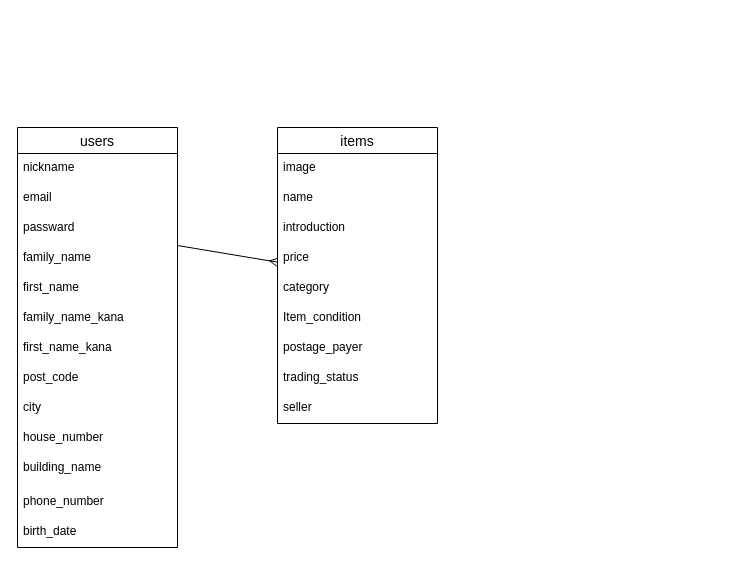
Above: test.dio in AK39158/furima-39158 (draw.io), before the change. Source tidied: cells renumbered, new cells numbered last; positions are measured from the earlier drawing's top-left corner, leaving out a move shared by most shapes. Both pictures are drawn from the tidied source at 100%, with x=0, y=0 at pixel (17, 127).
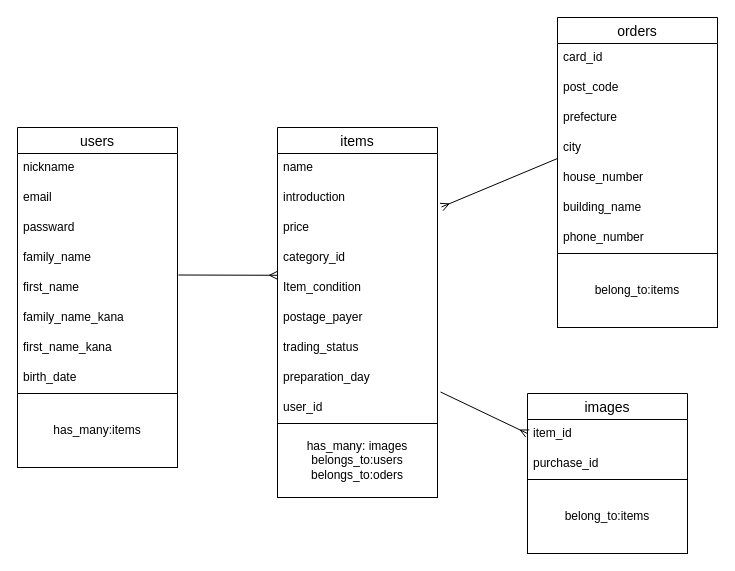
The same diagram, later.

The change refers to these unchanged cells:
```xml
<mxCell id="3" value="items" style="swimlane;fontStyle=0;horizontal=1;startSize=26;align=center;fontSize=14;" parent="1" vertex="1">
  <mxGeometry x="260" width="160" height="296" as="geometry" />
</mxCell>
<mxCell id="17" value="family_name" style="text;strokeColor=none;fillColor=none;spacingLeft=4;spacingRight=4;overflow=hidden;points=[[0,0.5],[1,0.5]];portConstraint=eastwest;fontSize=12;" parent="13" vertex="1">
  <mxGeometry y="116" width="160" height="30" as="geometry" />
</mxCell>
```

Change to the diagram source:
```diff
@@
-    <mxCell id="2" style="edgeStyle=none;html=1;strokeColor=default;startArrow=ERmany;startFill=0;endArrow=none;endFill=0;entryX=1;entryY=0.067;entryDx=0;entryDy=0;entryPerimeter=0;" parent="1" edge="1" source="3" target="17">
+    <mxCell id="2" style="edgeStyle=none;html=1;strokeColor=default;startArrow=ERmany;startFill=0;endArrow=none;endFill=0;entryX=1.006;entryY=1.05;entryDx=0;entryDy=0;entryPerimeter=0;" parent="1" edge="1" source="3" target="17">
       <mxGeometry relative="1" as="geometry" />
     </mxCell>
@@
-    <mxCell id="4" value="image" style="text;strokeColor=none;fillColor=none;spacingLeft=4;spacingRight=4;overflow=hidden;fontSize=12;" parent="3" vertex="1">
-      <mxGeometry y="26" width="160" height="30" as="geometry" />
-    </mxCell>
     <mxCell id="5" value="name " style="text;strokeColor=none;fillColor=none;spacingLeft=4;spacingRight=4;overflow=hidden;fontSize=12;" parent="3" vertex="1">
-      <mxGeometry y="56" width="160" height="30" as="geometry" />
+      <mxGeometry y="26" width="160" height="30" as="geometry" />
     </mxCell>
     <mxCell id="6" value="introduction" style="text;strokeColor=none;fillColor=none;spacingLeft=4;spacingRight=4;overflow=hidden;points=[[0,0.5],[1,0.5]];portConstraint=eastwest;fontSize=12;" parent="3" vertex="1">
-      <mxGeometry y="86" width="160" height="30" as="geometry" />
+      <mxGeometry y="56" width="160" height="30" as="geometry" />
     </mxCell>
     <mxCell id="7" value="price" style="text;strokeColor=none;fillColor=none;spacingLeft=4;spacingRight=4;overflow=hidden;fontSize=12;" parent="3" vertex="1">
-      <mxGeometry y="116" width="160" height="30" as="geometry" />
+      <mxGeometry y="86" width="160" height="30" as="geometry" />
     </mxCell>
-    <mxCell id="8" value="category" style="text;strokeColor=none;fillColor=none;spacingLeft=4;spacingRight=4;overflow=hidden;fontSize=12;" parent="3" vertex="1">
-      <mxGeometry y="146" width="160" height="30" as="geometry" />
+    <mxCell id="8" value="category_id" style="text;strokeColor=none;fillColor=none;spacingLeft=4;spacingRight=4;overflow=hidden;fontSize=12;" parent="3" vertex="1">
+      <mxGeometry y="116" width="160" height="30" as="geometry" />
     </mxCell>
     <mxCell id="9" value="Item_condition" style="text;strokeColor=none;fillColor=none;spacingLeft=4;spacingRight=4;overflow=hidden;fontSize=12;" parent="3" vertex="1">
-      <mxGeometry y="176" width="160" height="30" as="geometry" />
+      <mxGeometry y="146" width="160" height="30" as="geometry" />
     </mxCell>
     <mxCell id="10" value="postage_payer" style="text;strokeColor=none;fillColor=none;spacingLeft=4;spacingRight=4;overflow=hidden;fontSize=12;" parent="3" vertex="1">
-      <mxGeometry y="206" width="160" height="30" as="geometry" />
+      <mxGeometry y="176" width="160" height="30" as="geometry" />
     </mxCell>
     <mxCell id="11" value="trading_status" style="text;strokeColor=none;fillColor=none;spacingLeft=4;spacingRight=4;overflow=hidden;fontSize=12;" parent="3" vertex="1">
-      <mxGeometry y="236" width="160" height="30" as="geometry" />
+      <mxGeometry y="206" width="160" height="30" as="geometry" />
     </mxCell>
+    <mxCell id="27" value="preparation_day" style="text;strokeColor=none;fillColor=none;spacingLeft=4;spacingRight=4;overflow=hidden;points=[[0,0.5],[1,0.5]];portConstraint=eastwest;fontSize=12;" parent="3" vertex="1">
+      <mxGeometry y="236" width="160" height="30" as="geometry" />
+    </mxCell>
-    <mxCell id="12" value="seller" style="text;strokeColor=none;fillColor=none;spacingLeft=4;spacingRight=4;overflow=hidden;fontSize=12;" parent="3" vertex="1">
+    <mxCell id="12" value="user_id" style="text;strokeColor=none;fillColor=none;spacingLeft=4;spacingRight=4;overflow=hidden;fontSize=12;" parent="3" vertex="1">
       <mxGeometry y="266" width="160" height="30" as="geometry" />
     </mxCell>
     <mxCell id="13" value="users" style="swimlane;fontStyle=0;horizontal=1;startSize=26;align=center;fontSize=14;" parent="1" vertex="1">
-      <mxGeometry width="160" height="420" as="geometry" />
+      <mxGeometry width="160" height="266" as="geometry" />
     </mxCell>
@@
+    <mxCell id="26" value="birth_date" style="text;strokeColor=none;fillColor=none;spacingLeft=4;spacingRight=4;overflow=hidden;fontSize=12;" parent="13" vertex="1">
+      <mxGeometry y="236" width="160" height="30" as="geometry" />
+    </mxCell>
+    <mxCell id="28" value="orders" style="swimlane;fontStyle=0;horizontal=1;startSize=26;align=center;fontSize=14;" parent="1" vertex="1">
+      <mxGeometry x="540" y="-110" width="160" height="236" as="geometry" />
+    </mxCell>
+    <mxCell id="29" value="card_id&#10;" style="text;strokeColor=none;fillColor=none;spacingLeft=4;spacingRight=4;overflow=hidden;fontSize=12;" parent="28" vertex="1">
+      <mxGeometry y="26" width="160" height="30" as="geometry" />
+    </mxCell>
-    <mxCell id="21" value="post_code" style="text;strokeColor=none;fillColor=none;spacingLeft=4;spacingRight=4;overflow=hidden;fontSize=12;" parent="13" vertex="1">
-      <mxGeometry y="236" width="160" height="30" as="geometry" />
+    <mxCell id="21" value="post_code    " style="text;strokeColor=none;fillColor=none;spacingLeft=4;spacingRight=4;overflow=hidden;fontSize=12;" parent="28" vertex="1">
+      <mxGeometry y="56" width="160" height="30" as="geometry" />
     </mxCell>
+    <mxCell id="30" value="prefecture" style="text;strokeColor=none;fillColor=none;spacingLeft=4;spacingRight=4;overflow=hidden;fontSize=12;" parent="28" vertex="1">
+      <mxGeometry y="86" width="160" height="30" as="geometry" />
+    </mxCell>
-    <mxCell id="22" value="city" style="text;strokeColor=none;fillColor=none;spacingLeft=4;spacingRight=4;overflow=hidden;points=[[0,0.5],[1,0.5]];portConstraint=eastwest;fontSize=12;" parent="13" vertex="1">
-      <mxGeometry y="266" width="160" height="30" as="geometry" />
+    <mxCell id="22" value="city" style="text;strokeColor=none;fillColor=none;spacingLeft=4;spacingRight=4;overflow=hidden;points=[[0,0.5],[1,0.5]];portConstraint=eastwest;fontSize=12;" parent="28" vertex="1">
+      <mxGeometry y="116" width="160" height="30" as="geometry" />
     </mxCell>
-    <mxCell id="23" value="house_number" style="text;strokeColor=none;fillColor=none;spacingLeft=4;spacingRight=4;overflow=hidden;fontSize=12;" parent="13" vertex="1">
-      <mxGeometry y="296" width="160" height="30" as="geometry" />
+    <mxCell id="23" value="house_number" style="text;strokeColor=none;fillColor=none;spacingLeft=4;spacingRight=4;overflow=hidden;fontSize=12;" parent="28" vertex="1">
+      <mxGeometry y="146" width="160" height="30" as="geometry" />
     </mxCell>
-    <mxCell id="24" value="building_name" style="text;strokeColor=none;fillColor=none;spacingLeft=4;spacingRight=4;overflow=hidden;fontSize=12;" parent="13" vertex="1">
-      <mxGeometry y="326" width="160" height="34" as="geometry" />
+    <mxCell id="24" value="building_name" style="text;strokeColor=none;fillColor=none;spacingLeft=4;spacingRight=4;overflow=hidden;fontSize=12;" parent="28" vertex="1">
+      <mxGeometry y="176" width="160" height="30" as="geometry" />
     </mxCell>
-    <mxCell id="25" value="phone_number" style="text;strokeColor=none;fillColor=none;spacingLeft=4;spacingRight=4;overflow=hidden;fontSize=12;" parent="13" vertex="1">
-      <mxGeometry y="360" width="160" height="30" as="geometry" />
+    <mxCell id="25" value="phone_number" style="text;strokeColor=none;fillColor=none;spacingLeft=4;spacingRight=4;overflow=hidden;fontSize=12;" parent="28" vertex="1">
+      <mxGeometry y="206" width="160" height="30" as="geometry" />
     </mxCell>
-    <mxCell id="26" value="birth_date" style="text;strokeColor=none;fillColor=none;spacingLeft=4;spacingRight=4;overflow=hidden;fontSize=12;" parent="13" vertex="1">
-      <mxGeometry y="390" width="160" height="30" as="geometry" />
-    </mxCell>
+    <mxCell id="31" value="images" style="swimlane;fontStyle=0;horizontal=1;startSize=26;align=center;fontSize=14;" parent="1" vertex="1">
+      <mxGeometry x="510" y="266" width="160" height="160" as="geometry" />
+    </mxCell>
+    <mxCell id="32" value="item_id" style="text;strokeColor=none;fillColor=none;spacingLeft=4;spacingRight=4;overflow=hidden;fontSize=12;" parent="31" vertex="1">
+      <mxGeometry y="26" width="160" height="30" as="geometry" />
+    </mxCell>
+    <mxCell id="33" value="purchase_id" style="text;strokeColor=none;fillColor=none;spacingLeft=4;spacingRight=4;overflow=hidden;fontSize=12;" parent="31" vertex="1">
+      <mxGeometry y="56" width="160" height="30" as="geometry" />
+    </mxCell>
+    <mxCell id="34" value="belong_to:items" style="whiteSpace=wrap;html=1;align=center;" parent="31" vertex="1">
+      <mxGeometry y="86" width="160" height="74" as="geometry" />
+    </mxCell>
+    <mxCell id="35" value="has_many: images&lt;br&gt;belongs_to:users&lt;br&gt;belongs_to:oders" style="whiteSpace=wrap;html=1;align=center;" parent="1" vertex="1">
+      <mxGeometry x="260" y="296" width="160" height="74" as="geometry" />
+    </mxCell>
+    <mxCell id="36" style="edgeStyle=none;html=1;entryX=0;entryY=0.25;entryDx=0;entryDy=0;exitX=1.019;exitY=0.95;exitDx=0;exitDy=0;exitPerimeter=0;endArrow=ERmany;endFill=0;" parent="1" edge="1" source="27" target="31">
+      <mxGeometry relative="1" as="geometry" />
+    </mxCell>
+    <mxCell id="37" style="edgeStyle=none;html=1;entryX=1.025;entryY=0.783;entryDx=0;entryDy=0;entryPerimeter=0;endArrow=ERmany;endFill=0;exitX=0;exitY=0.833;exitDx=0;exitDy=0;exitPerimeter=0;" parent="1" edge="1" source="22" target="6">
+      <mxGeometry relative="1" as="geometry" />
+    </mxCell>
+    <mxCell id="38" value="has_many:items" style="whiteSpace=wrap;html=1;align=center;" parent="1" vertex="1">
+      <mxGeometry y="266" width="160" height="74" as="geometry" />
+    </mxCell>
+    <mxCell id="39" value="belong_to:items" style="whiteSpace=wrap;html=1;align=center;" parent="1" vertex="1">
+      <mxGeometry x="540" y="126" width="160" height="74" as="geometry" />
+    </mxCell>
```
